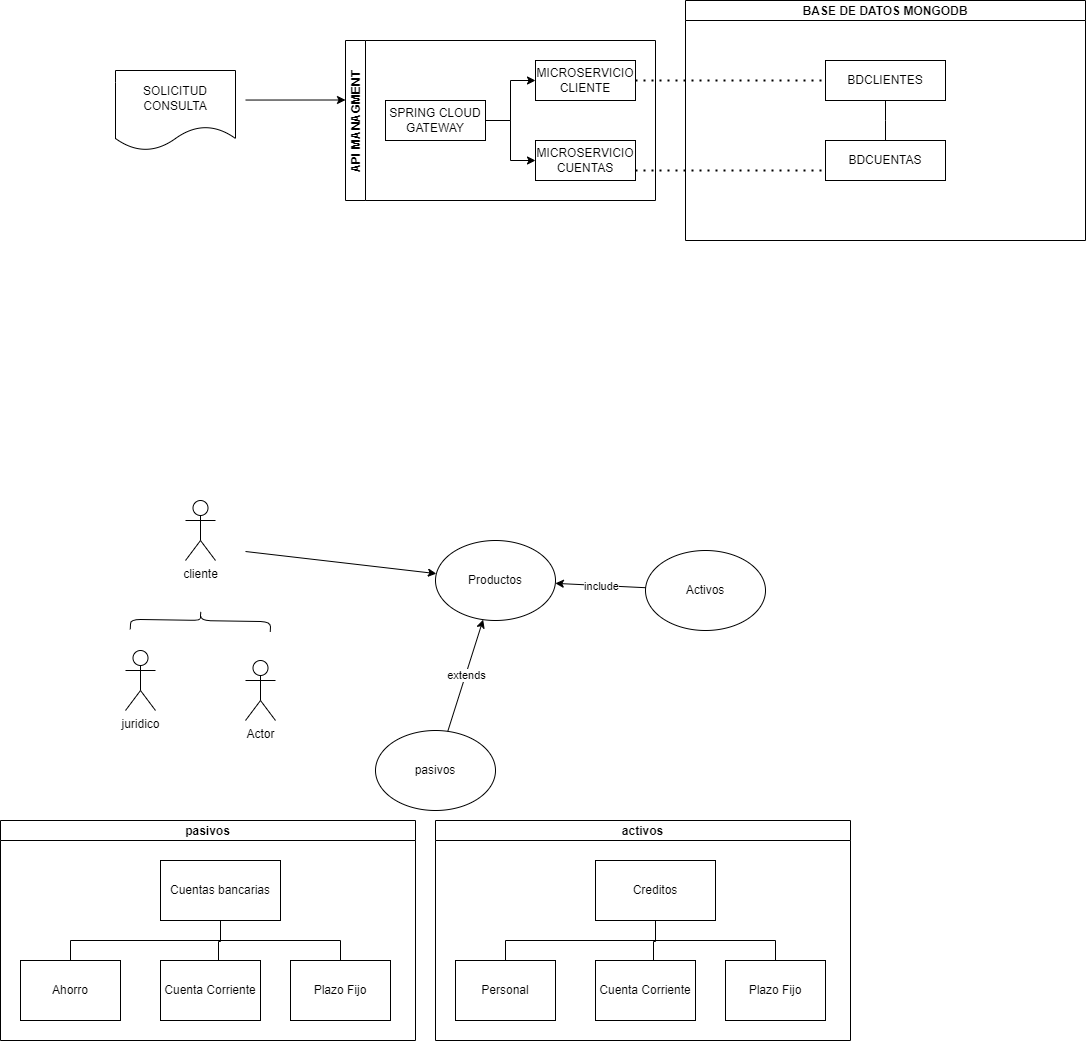
Before: proyectosemana1/CUN proyecto semana 1.drawio.png, a diagram exported from draw.io (joffrehermosilla/proyectosemana1). Source tidied: cells renumbered, new cells last; positions are measured from the earlier drawing's top-left corner, leaving out a move shared by most shapes.
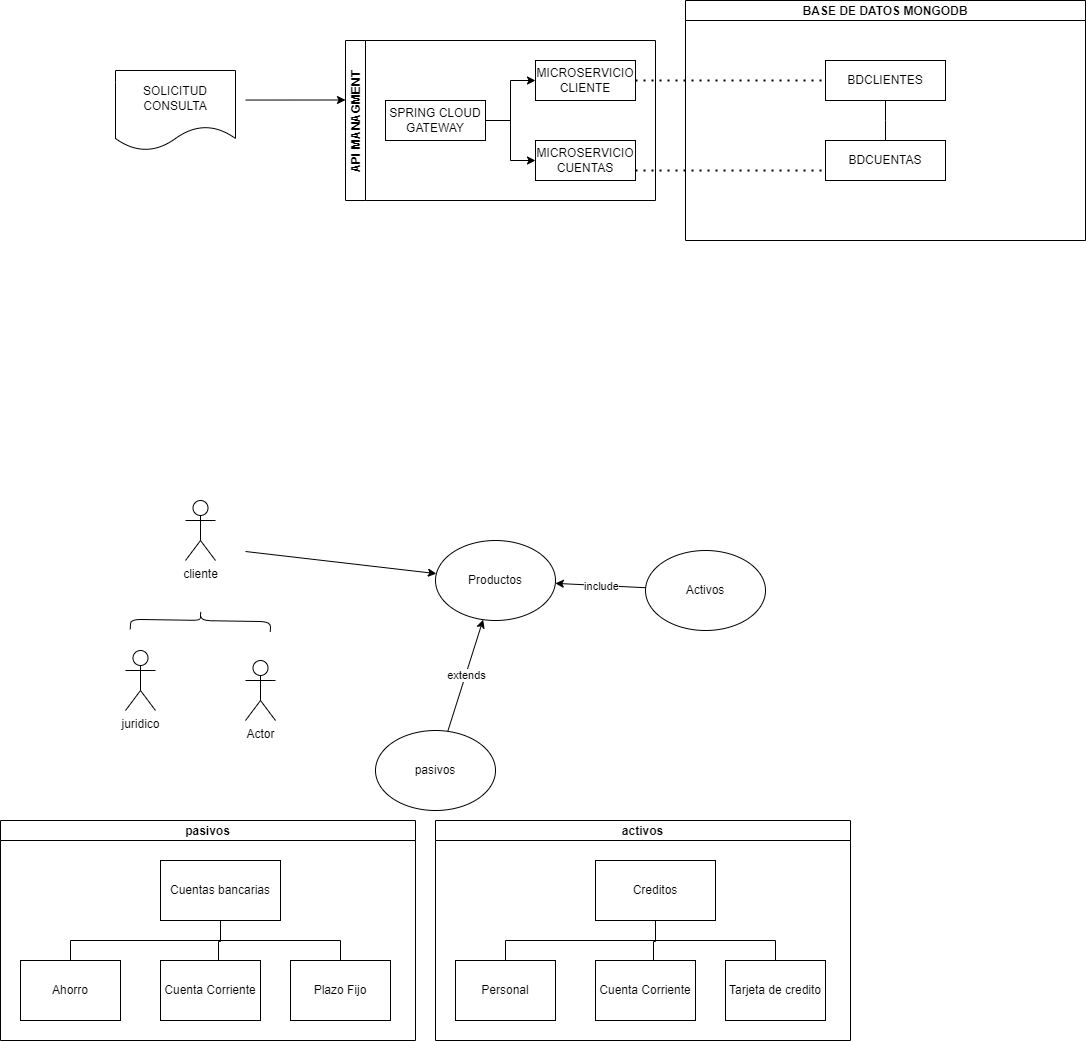
After the commit.

The edit, as a diff of the source:
```diff
@@ -129,7 +129,7 @@
     <mxCell id="41" value="Cuenta Corriente" style="whiteSpace=wrap;html=1;align=center;verticalAlign=middle;newEdgeStyle={&quot;edgeStyle&quot;:&quot;elbowEdgeStyle&quot;,&quot;startArrow&quot;:&quot;none&quot;,&quot;endArrow&quot;:&quot;none&quot;};" parent="36" vertex="1">
       <mxGeometry x="160" y="140" width="100" height="60" as="geometry" />
     </mxCell>
-    <mxCell id="42" value="Plazo Fijo" style="whiteSpace=wrap;html=1;align=center;verticalAlign=middle;newEdgeStyle={&quot;edgeStyle&quot;:&quot;elbowEdgeStyle&quot;,&quot;startArrow&quot;:&quot;none&quot;,&quot;endArrow&quot;:&quot;none&quot;};" parent="36" vertex="1">
+    <mxCell id="42" value="Tarjeta de credito" style="whiteSpace=wrap;html=1;align=center;verticalAlign=middle;newEdgeStyle={&quot;edgeStyle&quot;:&quot;elbowEdgeStyle&quot;,&quot;startArrow&quot;:&quot;none&quot;,&quot;endArrow&quot;:&quot;none&quot;};" parent="36" vertex="1">
       <mxGeometry x="290" y="140" width="100" height="60" as="geometry" />
     </mxCell>
     <mxCell id="43" style="edgeStyle=elbowEdgeStyle;elbow=vertical;startArrow=none;endArrow=none;rounded=0;exitX=0.5;exitY=1;exitDx=0;exitDy=0;" parent="36" edge="1" source="39" target="42">
```
